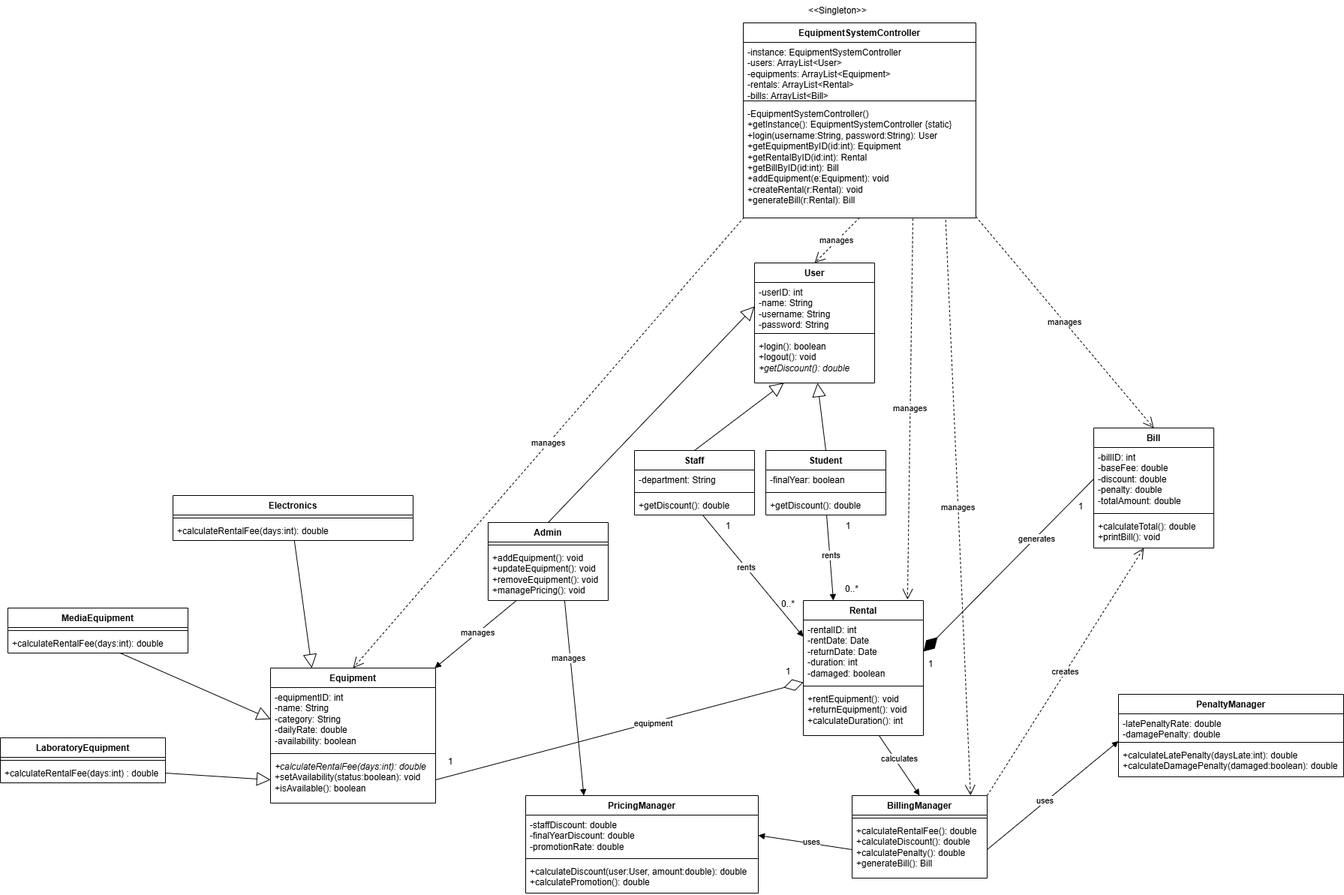
The draw.io diagram Final Assignment Diagrams/FinalAssignmentClassDiagram.png in daiztufayl/OOADG2, before a commit. Source tidied: cells renumbered, new cells last; positions are measured from the earlier drawing's top-left corner, leaving out a move shared by most shapes.
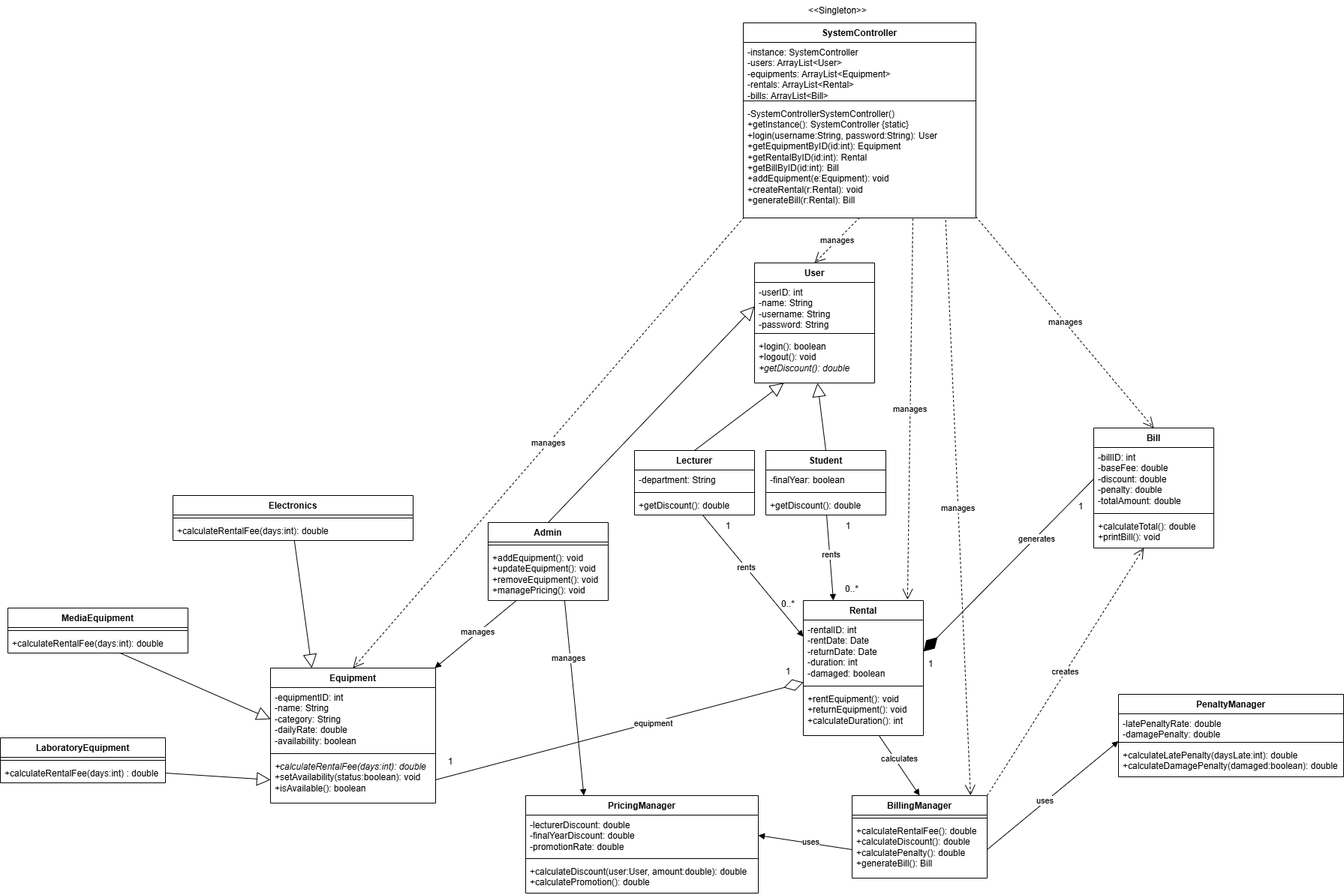
The same diagram one commit later.

What changed in the source:
```diff
@@ -2,7 +2,7 @@
   <root>
     <mxCell id="0" />
     <mxCell id="1" parent="0" />
-    <mxCell id="2" value="Staff" style="swimlane;fontStyle=1;align=center;verticalAlign=top;horizontal=1;startSize=26;whiteSpace=wrap;html=1;" parent="1" vertex="1">
+    <mxCell id="2" value="Lecturer" style="swimlane;fontStyle=1;align=center;verticalAlign=top;horizontal=1;startSize=26;whiteSpace=wrap;html=1;" parent="1" vertex="1">
       <mxGeometry x="845" y="600" width="160" height="86" as="geometry" />
     </mxCell>
     <mxCell id="3" value="-department: String" style="text;strokeColor=none;fillColor=none;align=left;verticalAlign=top;spacingLeft=4;spacingRight=4;overflow=hidden;whiteSpace=wrap;html=1;" parent="2" vertex="1">
@@ -14,16 +14,16 @@
     <mxCell id="5" value="+getDiscount(): double" style="text;strokeColor=none;fillColor=none;align=left;verticalAlign=top;spacingLeft=4;spacingRight=4;overflow=hidden;points=[[0,0.5],[1,0.5]];portConstraint=eastwest;whiteSpace=wrap;html=1;" parent="2" vertex="1">
       <mxGeometry y="60" width="160" height="26" as="geometry" />
     </mxCell>
-    <mxCell id="6" value="EquipmentSystemController" style="swimlane;fontStyle=1;align=center;verticalAlign=top;horizontal=1;startSize=26;whiteSpace=wrap;html=1;" parent="1" vertex="1">
+    <mxCell id="6" value="SystemController" style="swimlane;fontStyle=1;align=center;verticalAlign=top;horizontal=1;startSize=26;whiteSpace=wrap;html=1;" parent="1" vertex="1">
       <mxGeometry x="990" y="30" width="310" height="260" as="geometry" />
     </mxCell>
-    <mxCell id="7" value="&lt;div&gt;-instance: EquipmentSystemController&lt;br&gt;&lt;/div&gt;-users: ArrayList&amp;lt;User&amp;gt;&lt;div&gt;&lt;div&gt;-equipments: ArrayList&amp;lt;Equipment&amp;gt;&lt;/div&gt;&lt;div&gt;&lt;span style=&quot;background-color: transparent; color: light-dark(rgb(0, 0, 0), rgb(255, 255, 255));&quot;&gt;-rentals: ArrayList&amp;lt;Rental&amp;gt;&lt;/span&gt;&lt;/div&gt;&lt;div&gt;-bills: ArrayList&amp;lt;Bill&amp;gt;&lt;/div&gt;&lt;/div&gt;&lt;div&gt;&lt;br&gt;&lt;/div&gt;" style="text;strokeColor=none;fillColor=none;align=left;verticalAlign=top;spacingLeft=4;spacingRight=4;overflow=hidden;whiteSpace=wrap;html=1;" parent="6" vertex="1">
+    <mxCell id="7" value="&lt;div&gt;-instance: SystemController&lt;br&gt;&lt;/div&gt;-users: ArrayList&amp;lt;User&amp;gt;&lt;div&gt;&lt;div&gt;-equipments: ArrayList&amp;lt;Equipment&amp;gt;&lt;/div&gt;&lt;div&gt;&lt;span style=&quot;background-color: transparent; color: light-dark(rgb(0, 0, 0), rgb(255, 255, 255));&quot;&gt;-rentals: ArrayList&amp;lt;Rental&amp;gt;&lt;/span&gt;&lt;/div&gt;&lt;div&gt;-bills: ArrayList&amp;lt;Bill&amp;gt;&lt;/div&gt;&lt;/div&gt;&lt;div&gt;&lt;br&gt;&lt;/div&gt;" style="text;strokeColor=none;fillColor=none;align=left;verticalAlign=top;spacingLeft=4;spacingRight=4;overflow=hidden;whiteSpace=wrap;html=1;" parent="6" vertex="1">
       <mxGeometry y="26" width="310" height="74" as="geometry" />
     </mxCell>
     <mxCell id="8" style="line;strokeWidth=1;fillColor=none;align=left;verticalAlign=middle;spacingTop=-1;spacingLeft=3;spacingRight=3;labelPosition=right;strokeColor=inherit;" parent="6" vertex="1">
       <mxGeometry y="100" width="310" height="8" as="geometry" />
     </mxCell>
-    <mxCell id="9" value="&lt;div&gt;&lt;font face=&quot;Helvetica&quot;&gt;-EquipmentSystemController()&lt;br&gt;&lt;/font&gt;&lt;/div&gt;&lt;div&gt;+getInstance(): EquipmentSystemController {static}&lt;/div&gt;&lt;div&gt;&lt;font face=&quot;Helvetica&quot;&gt;+login(username:String, password:String): User&lt;/font&gt;&lt;/div&gt;&lt;div&gt;&lt;font face=&quot;Helvetica&quot;&gt;+getEquipmentByID(id:int): Equipment&lt;/font&gt;&lt;/div&gt;&lt;div&gt;&lt;font face=&quot;Helvetica&quot;&gt;+getRentalByID(id:int): Rental&lt;/font&gt;&lt;/div&gt;&lt;div&gt;&lt;font face=&quot;Helvetica&quot;&gt;+getBillByID(id:int): Bill&lt;/font&gt;&lt;/div&gt;&lt;div&gt;&lt;div&gt;&lt;font face=&quot;Helvetica&quot;&gt;+addEquipment(e:Equipment): void&lt;/font&gt;&lt;/div&gt;&lt;div&gt;&lt;font face=&quot;Helvetica&quot;&gt;+createRental(r:Rental): void&lt;/font&gt;&lt;/div&gt;&lt;div&gt;&lt;font face=&quot;Helvetica&quot;&gt;+generateBill(r:Rental): Bill&lt;/font&gt;&lt;/div&gt;&lt;/div&gt;" style="text;strokeColor=none;fillColor=none;align=left;verticalAlign=top;spacingLeft=4;spacingRight=4;overflow=hidden;points=[[0,0.5],[1,0.5]];portConstraint=eastwest;whiteSpace=wrap;html=1;" parent="6" vertex="1">
+    <mxCell id="9" value="&lt;div&gt;&lt;font face=&quot;Helvetica&quot;&gt;-SystemControllerSystemController()&lt;br&gt;&lt;/font&gt;&lt;/div&gt;&lt;div&gt;+getInstance(): SystemController {static}&lt;/div&gt;&lt;div&gt;&lt;font face=&quot;Helvetica&quot;&gt;+login(username:String, password:String): User&lt;/font&gt;&lt;/div&gt;&lt;div&gt;&lt;font face=&quot;Helvetica&quot;&gt;+getEquipmentByID(id:int): Equipment&lt;/font&gt;&lt;/div&gt;&lt;div&gt;&lt;font face=&quot;Helvetica&quot;&gt;+getRentalByID(id:int): Rental&lt;/font&gt;&lt;/div&gt;&lt;div&gt;&lt;font face=&quot;Helvetica&quot;&gt;+getBillByID(id:int): Bill&lt;/font&gt;&lt;/div&gt;&lt;div&gt;&lt;div&gt;&lt;font face=&quot;Helvetica&quot;&gt;+addEquipment(e:Equipment): void&lt;/font&gt;&lt;/div&gt;&lt;div&gt;&lt;font face=&quot;Helvetica&quot;&gt;+createRental(r:Rental): void&lt;/font&gt;&lt;/div&gt;&lt;div&gt;&lt;font face=&quot;Helvetica&quot;&gt;+generateBill(r:Rental): Bill&lt;/font&gt;&lt;/div&gt;&lt;/div&gt;" style="text;strokeColor=none;fillColor=none;align=left;verticalAlign=top;spacingLeft=4;spacingRight=4;overflow=hidden;points=[[0,0.5],[1,0.5]];portConstraint=eastwest;whiteSpace=wrap;html=1;" parent="6" vertex="1">
       <mxGeometry y="108" width="310" height="152" as="geometry" />
     </mxCell>
     <mxCell id="10" value="User" style="swimlane;fontStyle=1;align=center;verticalAlign=top;horizontal=1;startSize=26;whiteSpace=wrap;html=1;" parent="1" vertex="1">
@@ -98,7 +98,7 @@
     <mxCell id="33" value="PricingManager" style="swimlane;fontStyle=1;align=center;verticalAlign=top;horizontal=1;startSize=26;whiteSpace=wrap;html=1;" parent="1" vertex="1">
       <mxGeometry x="700" y="1060" width="310" height="130" as="geometry" />
     </mxCell>
-    <mxCell id="34" value="&lt;div&gt;-staffDiscount: double&lt;/div&gt;&lt;div&gt;-finalYearDiscount: double&lt;/div&gt;-promotionRate: double" style="text;strokeColor=none;fillColor=none;align=left;verticalAlign=top;spacingLeft=4;spacingRight=4;overflow=hidden;points=[[0,0.5],[1,0.5]];portConstraint=eastwest;whiteSpace=wrap;html=1;" parent="33" vertex="1">
+    <mxCell id="34" value="&lt;div&gt;-lecturerDiscount: double&lt;/div&gt;&lt;div&gt;-finalYearDiscount: double&lt;/div&gt;-promotionRate: double" style="text;strokeColor=none;fillColor=none;align=left;verticalAlign=top;spacingLeft=4;spacingRight=4;overflow=hidden;points=[[0,0.5],[1,0.5]];portConstraint=eastwest;whiteSpace=wrap;html=1;" parent="33" vertex="1">
       <mxGeometry y="26" width="310" height="54" as="geometry" />
     </mxCell>
     <mxCell id="35" style="line;strokeWidth=1;fillColor=none;align=left;verticalAlign=middle;spacingTop=-1;spacingLeft=3;spacingRight=3;labelPosition=right;strokeColor=inherit;" parent="33" vertex="1">
```
